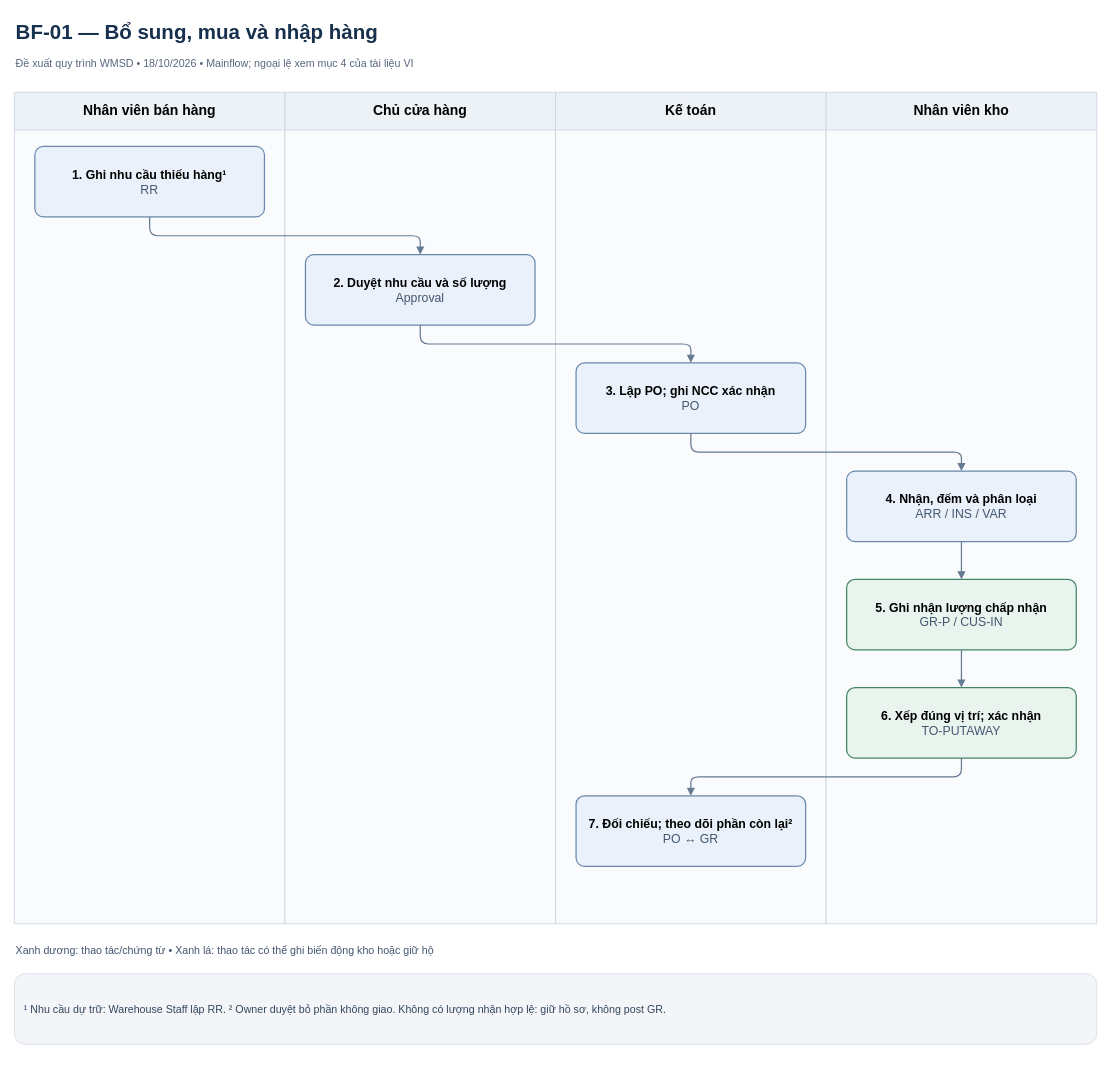
This is page "BF-01 VI" (1 of 16) of docs/04_so_do/WMSD_Mainflows_VI_EN.drawio from minhbach032003/docs_doan, a draw.io file, before an edit. Source tidied: cells renumbered, new cells numbered last; positions are measured from the earlier drawing's top-left corner, leaving out a move shared by most shapes. Both pictures are drawn from the tidied source at 82%, with x=0, y=0 at pixel (14, 14).
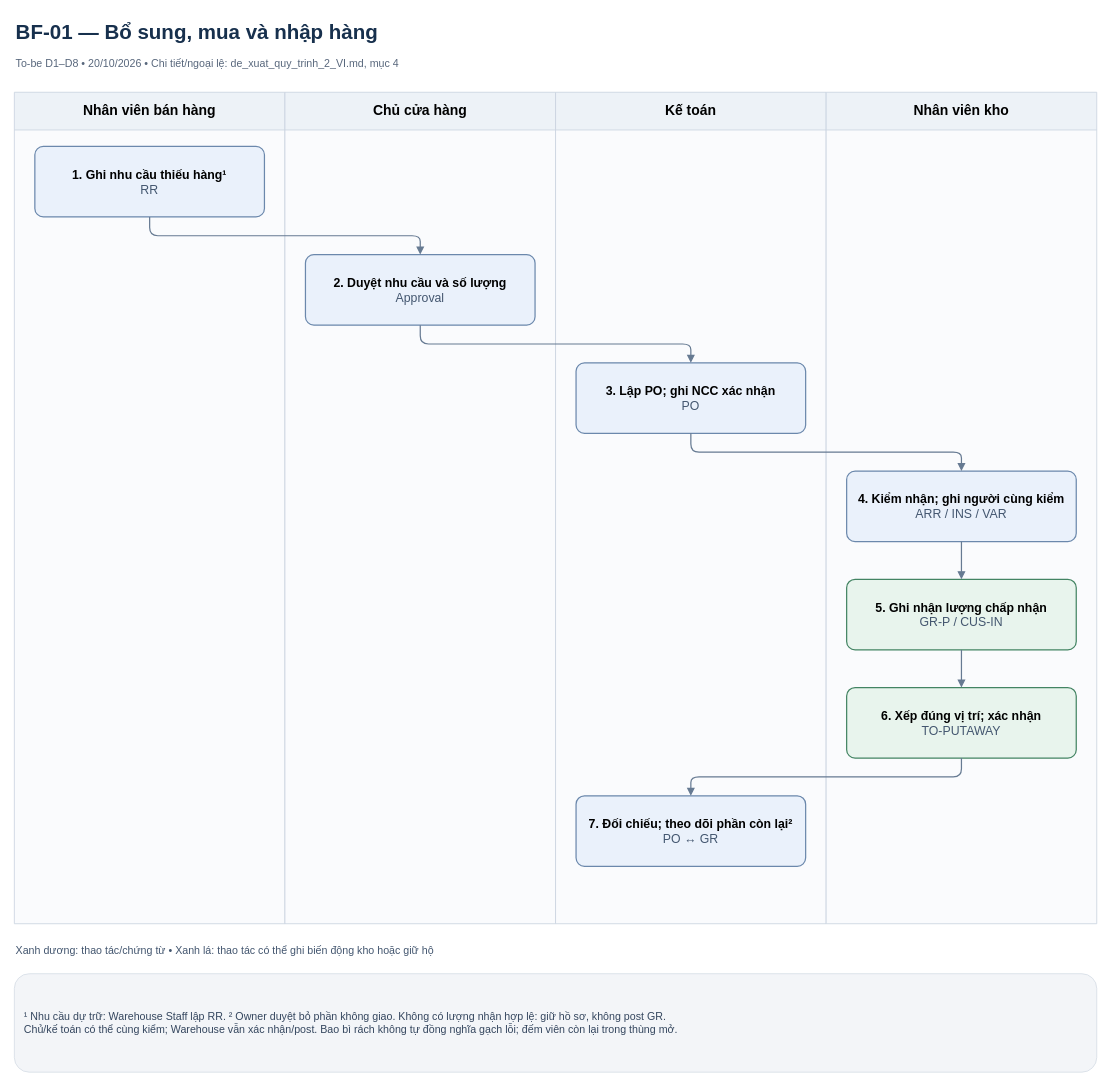
Above is the later version.

The change refers to these unchanged cells:
```xml
<mxCell id="7" value="Nhân viên kho" style="swimlane;horizontal=1;startSize=46;fontSize=17;fontStyle=1;fillColor=#edf2f7;swimlaneFillColor=#fafbfd;strokeColor=#c9d3df;html=1;fontFamily=Arial;whiteSpace=wrap;" parent="1" vertex="1">
  <mxGeometry x="990" y="95" width="330" height="1014" as="geometry" />
</mxCell>
```

What changed in the source:
```diff
@@
-    <mxCell id="3" value="Đề xuất quy trình WMSD • 18/10/2026 • Mainflow; ngoại lệ xem mục 4 của tài liệu VI" style="text;align=left;fontSize=13;fontColor=#58677c;html=1;fontFamily=Arial;whiteSpace=wrap;" parent="1" vertex="1">
+    <mxCell id="3" value="To-be D1–D8 • 20/10/2026 • Chi tiết/ngoại lệ: de_xuat_quy_trinh_2_VI.md, mục 4" style="text;align=left;fontSize=13;fontColor=#58677c;html=1;fontFamily=Arial;whiteSpace=wrap;" parent="1" vertex="1">
       <mxGeometry y="46" width="1320" height="30" as="geometry" />
     </mxCell>
@@
-    <mxCell id="11" value="&lt;b&gt;4. Nhận, đếm và phân loại&lt;/b&gt;&lt;br&gt;&lt;font color=&quot;#43566f&quot;&gt;ARR / INS / VAR&lt;/font&gt;" style="rounded=1;arcSize=12;fontSize=15;spacing=10;strokeWidth=1.5;fillColor=#eaf1fb;strokeColor=#6b88ac;html=1;fontFamily=Arial;whiteSpace=wrap;" parent="7" vertex="1">
+    <mxCell id="11" value="&lt;b&gt;4. Kiểm nhận; ghi người cùng kiểm&lt;/b&gt;&lt;br&gt;&lt;font color=&quot;#43566f&quot;&gt;ARR / INS / VAR&lt;/font&gt;" style="rounded=1;arcSize=12;fontSize=15;spacing=10;strokeWidth=1.5;fillColor=#eaf1fb;strokeColor=#6b88ac;html=1;fontFamily=Arial;whiteSpace=wrap;" parent="7" vertex="1">
       <mxGeometry x="25" y="462" width="280" height="86" as="geometry" />
     </mxCell>
@@
-    <mxCell id="22" value="¹ Nhu cầu dự trữ: Warehouse Staff lập RR. ² Owner duyệt bỏ phần không giao. Không có lượng nhận hợp lệ: giữ hồ sơ, không post GR." style="rounded=1;fillColor=#f3f5f8;strokeColor=#d6dde6;align=left;spacing=12;fontSize=13;fontColor=#34465e;html=1;fontFamily=Arial;whiteSpace=wrap;" parent="1" vertex="1">
-      <mxGeometry y="1170" width="1320" height="86" as="geometry" />
+    <mxCell id="22" value="¹ Nhu cầu dự trữ: Warehouse Staff lập RR. ² Owner duyệt bỏ phần không giao. Không có lượng nhận hợp lệ: giữ hồ sơ, không post GR.&lt;br&gt;Chủ/kế toán có thể cùng kiểm; Warehouse vẫn xác nhận/post. Bao bì rách không tự đồng nghĩa gạch lỗi; đếm viên còn lại trong thùng mở." style="rounded=1;fillColor=#f3f5f8;strokeColor=#d6dde6;align=left;spacing=12;fontSize=13;fontColor=#34465e;html=1;fontFamily=Arial;whiteSpace=wrap;" parent="1" vertex="1">
+      <mxGeometry y="1170" width="1320" height="120" as="geometry" />
     </mxCell>
```
